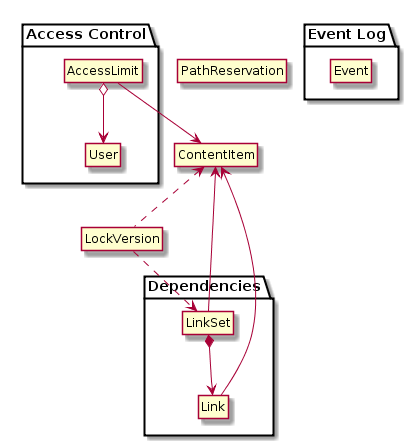
alphagov/publishing-api keeps this PlantUML diagram as doc/model/object-model.png. Above is the earlier version.
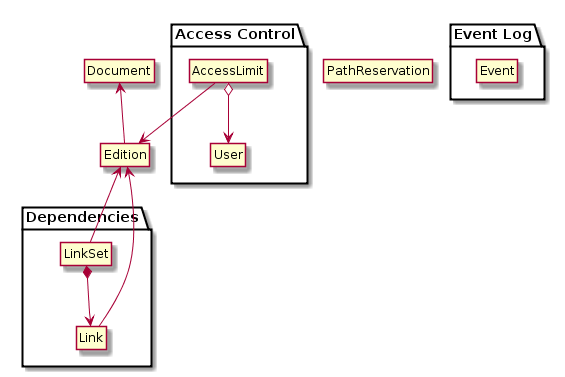
Later version of the same file.

Diff of the diagram source:
```diff
@@ -3,8 +3,8 @@
 hide empty fields
 hide empty methods
 
-class ContentItem
-class LockVersion
+class Document
+class Edition
 class PathReservation
 
 package "Dependencies" {
@@ -21,13 +21,12 @@
   class User
 }
 
-ContentItem <-- LinkSet
-ContentItem <-up- Link
+Edition <-- LinkSet
+Edition <-up- Link
 LinkSet *--> Link
 
-ContentItem <.. LockVersion
+Edition <-down- AccessLimit
+AccessLimit o--> User
 
-ContentItem <-down- AccessLimit
-LockVersion ..> LinkSet
-AccessLimit o--> User
+Document <-- Edition
 @enduml
```
